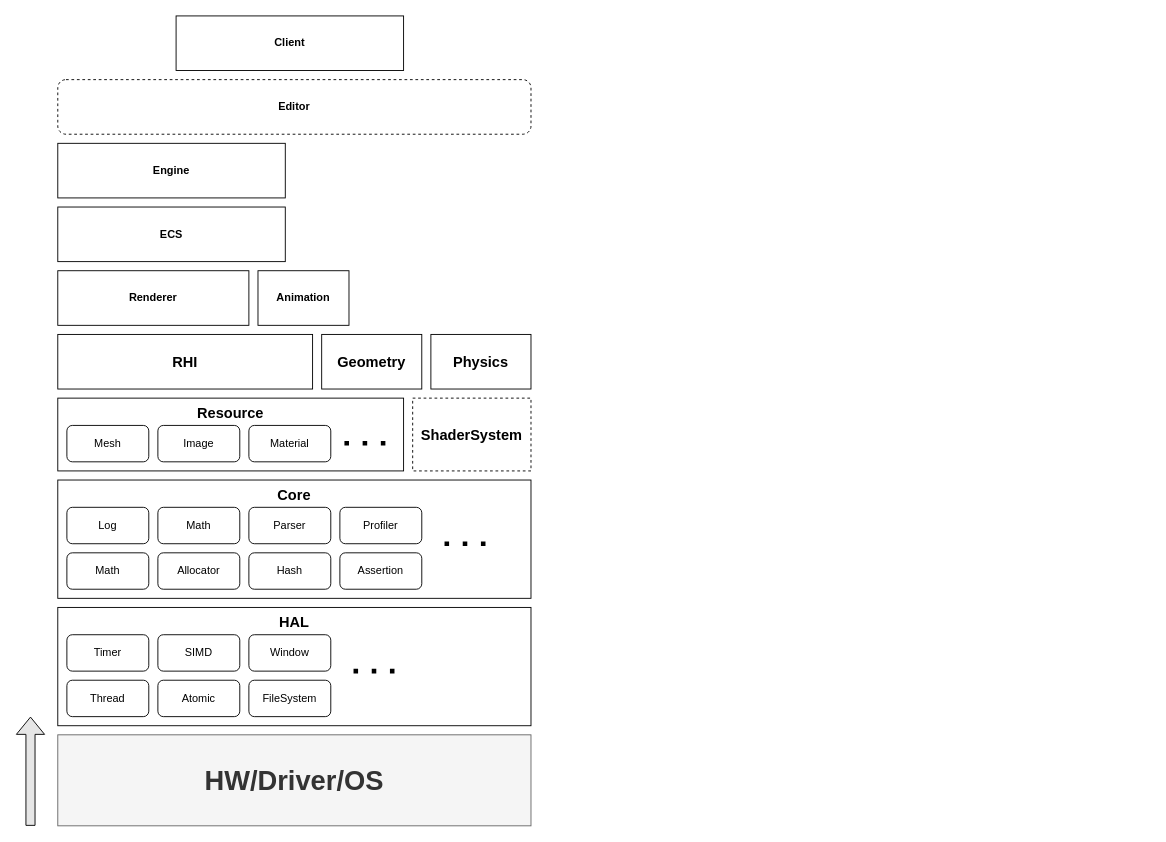
This is Documents/Enginelet-Layer.drawio from Hamsik2rang/HSMR, a draw.io file, before an edit. Source tidied: cells renumbered, new cells numbered last; positions are measured from the earlier drawing's top-left corner, leaving out a move shared by most shapes. Both pictures are drawn from the tidied source at 91%, with x=0, y=0 at pixel (30, 15).
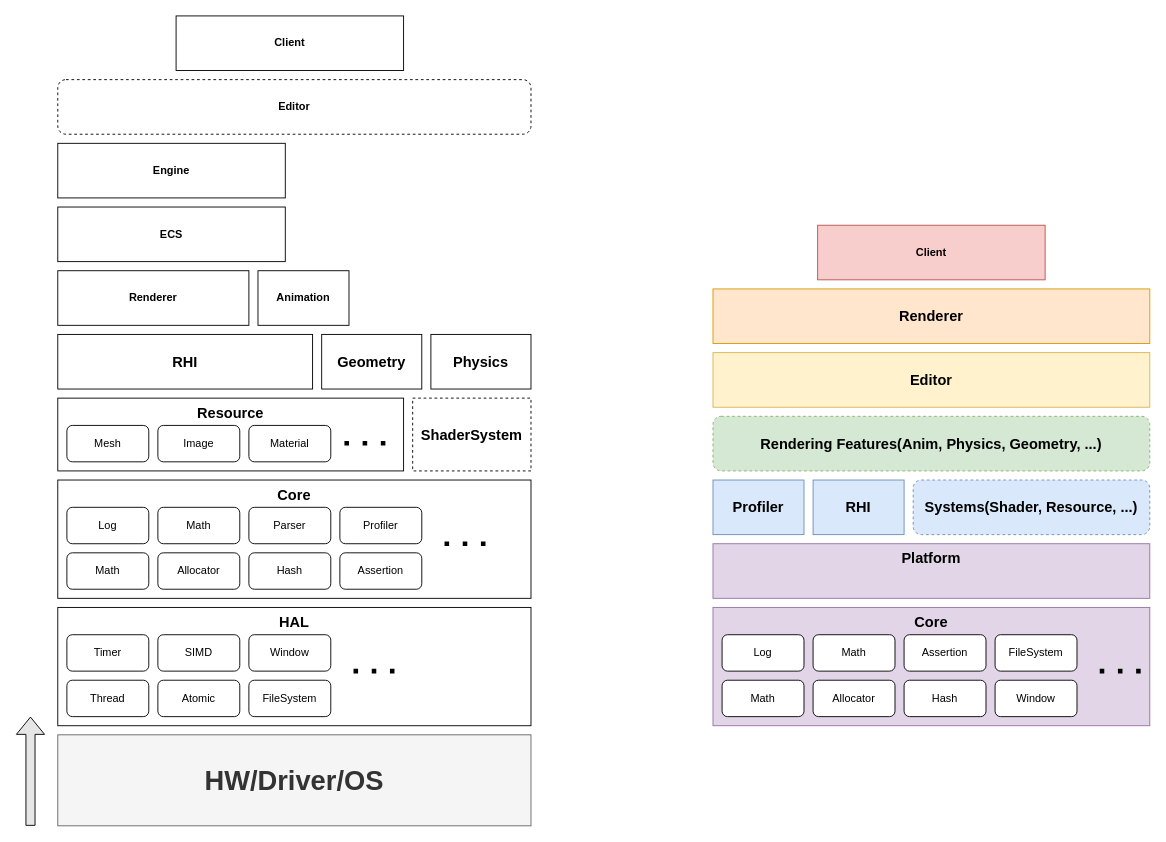
The same diagram, later.

The edit, as a diff of the source:
```diff
@@
+    <mxCell id="37" value="&lt;b&gt;&lt;font style=&quot;font-size: 16px;&quot;&gt;Core&lt;/font&gt;&lt;/b&gt;" style="rounded=0;whiteSpace=wrap;html=1;horizontal=1;align=center;verticalAlign=top;fillColor=#e1d5e7;strokeColor=#9673a6;" parent="1" vertex="1">
+      <mxGeometry x="750" y="650" width="480" height="130" as="geometry" />
+    </mxCell>
+    <mxCell id="38" value="Log" style="rounded=1;whiteSpace=wrap;html=1;" parent="1" vertex="1">
+      <mxGeometry x="760" y="680" width="90" height="40" as="geometry" />
+    </mxCell>
+    <mxCell id="39" value="Math" style="rounded=1;whiteSpace=wrap;html=1;" parent="1" vertex="1">
+      <mxGeometry x="860" y="680" width="90" height="40" as="geometry" />
+    </mxCell>
+    <mxCell id="40" value="Math" style="rounded=1;whiteSpace=wrap;html=1;" parent="1" vertex="1">
+      <mxGeometry x="760" y="730" width="90" height="40" as="geometry" />
+    </mxCell>
+    <mxCell id="41" value="Allocator" style="rounded=1;whiteSpace=wrap;html=1;" parent="1" vertex="1">
+      <mxGeometry x="860" y="730" width="90" height="40" as="geometry" />
+    </mxCell>
+    <mxCell id="42" value="Hash" style="rounded=1;whiteSpace=wrap;html=1;" parent="1" vertex="1">
+      <mxGeometry x="960" y="730" width="90" height="40" as="geometry" />
+    </mxCell>
+    <mxCell id="43" value="Assertion" style="rounded=1;whiteSpace=wrap;html=1;" parent="1" vertex="1">
+      <mxGeometry x="960" y="680" width="90" height="40" as="geometry" />
+    </mxCell>
+    <mxCell id="44" style="endArrow=none;dashed=1;html=1;dashPattern=1 3;strokeWidth=5;fontStyle=1;" parent="1" edge="1">
+      <mxGeometry relative="1" as="geometry">
+        <mxPoint x="1220" y="720" as="sourcePoint" />
+        <mxPoint x="1170" y="720" as="targetPoint" />
+      </mxGeometry>
+    </mxCell>
+    <mxCell id="45" value="&lt;span style=&quot;font-size: 16px;&quot;&gt;&lt;b&gt;Platform&lt;/b&gt;&lt;/span&gt;" style="rounded=0;whiteSpace=wrap;html=1;horizontal=1;align=center;verticalAlign=top;fillColor=#e1d5e7;strokeColor=#9673a6;" parent="1" vertex="1">
+      <mxGeometry x="750" y="580" width="480" height="60" as="geometry" />
+    </mxCell>
+    <mxCell id="46" value="&lt;span style=&quot;font-size: 16px;&quot;&gt;&lt;b&gt;Profiler&lt;/b&gt;&lt;/span&gt;" style="rounded=0;whiteSpace=wrap;html=1;horizontal=1;align=center;verticalAlign=middle;fillColor=#dae8fc;strokeColor=#6c8ebf;" parent="1" vertex="1">
+      <mxGeometry x="750" y="510" width="100" height="60" as="geometry" />
+    </mxCell>
+    <mxCell id="47" value="FileSystem" style="rounded=1;whiteSpace=wrap;html=1;" parent="1" vertex="1">
+      <mxGeometry x="1060" y="680" width="90" height="40" as="geometry" />
+    </mxCell>
+    <mxCell id="48" value="Window" style="rounded=1;whiteSpace=wrap;html=1;" parent="1" vertex="1">
+      <mxGeometry x="1060" y="730" width="90" height="40" as="geometry" />
+    </mxCell>
+    <mxCell id="49" value="RHI" style="rounded=0;whiteSpace=wrap;html=1;strokeColor=#6c8ebf;fontSize=16;fontStyle=1;verticalAlign=middle;fillColor=#dae8fc;" parent="1" vertex="1">
+      <mxGeometry x="860" y="510" width="100" height="60" as="geometry" />
+    </mxCell>
+    <mxCell id="50" value="&lt;span&gt;&lt;b&gt;Editor&lt;/b&gt;&lt;/span&gt;" style="rounded=0;whiteSpace=wrap;html=1;horizontal=1;align=center;verticalAlign=middle;fontSize=16;fillColor=#fff2cc;strokeColor=#d6b656;" parent="1" vertex="1">
+      <mxGeometry x="750" y="370" width="480" height="60" as="geometry" />
+    </mxCell>
+    <mxCell id="51" value="&lt;b&gt;Rendering Features(Anim, Physics, Geometry, ...)&lt;/b&gt;" style="rounded=1;whiteSpace=wrap;html=1;dashed=1;fontSize=16;fillColor=#d5e8d4;strokeColor=#82b366;" parent="1" vertex="1">
+      <mxGeometry x="750" y="440" width="480" height="60" as="geometry" />
+    </mxCell>
+    <mxCell id="52" value="Systems(Shader, Resource, ...)" style="rounded=1;whiteSpace=wrap;html=1;dashed=1;fontStyle=1;fontSize=16;fillColor=#dae8fc;strokeColor=#6c8ebf;" parent="1" vertex="1">
+      <mxGeometry x="970" y="510" width="260" height="60" as="geometry" />
+    </mxCell>
+    <mxCell id="53" value="Renderer" style="rounded=0;whiteSpace=wrap;html=1;fontStyle=1;fontSize=16;fillColor=#ffe6cc;strokeColor=#d79b00;" parent="1" vertex="1">
+      <mxGeometry x="750" y="300" width="480" height="60" as="geometry" />
+    </mxCell>
+    <mxCell id="54" value="Client" style="rounded=0;whiteSpace=wrap;html=1;fontStyle=1;fillColor=#f8cecc;strokeColor=#b85450;" parent="1" vertex="1">
+      <mxGeometry x="865" y="230" width="250" height="60" as="geometry" />
+    </mxCell>
```
